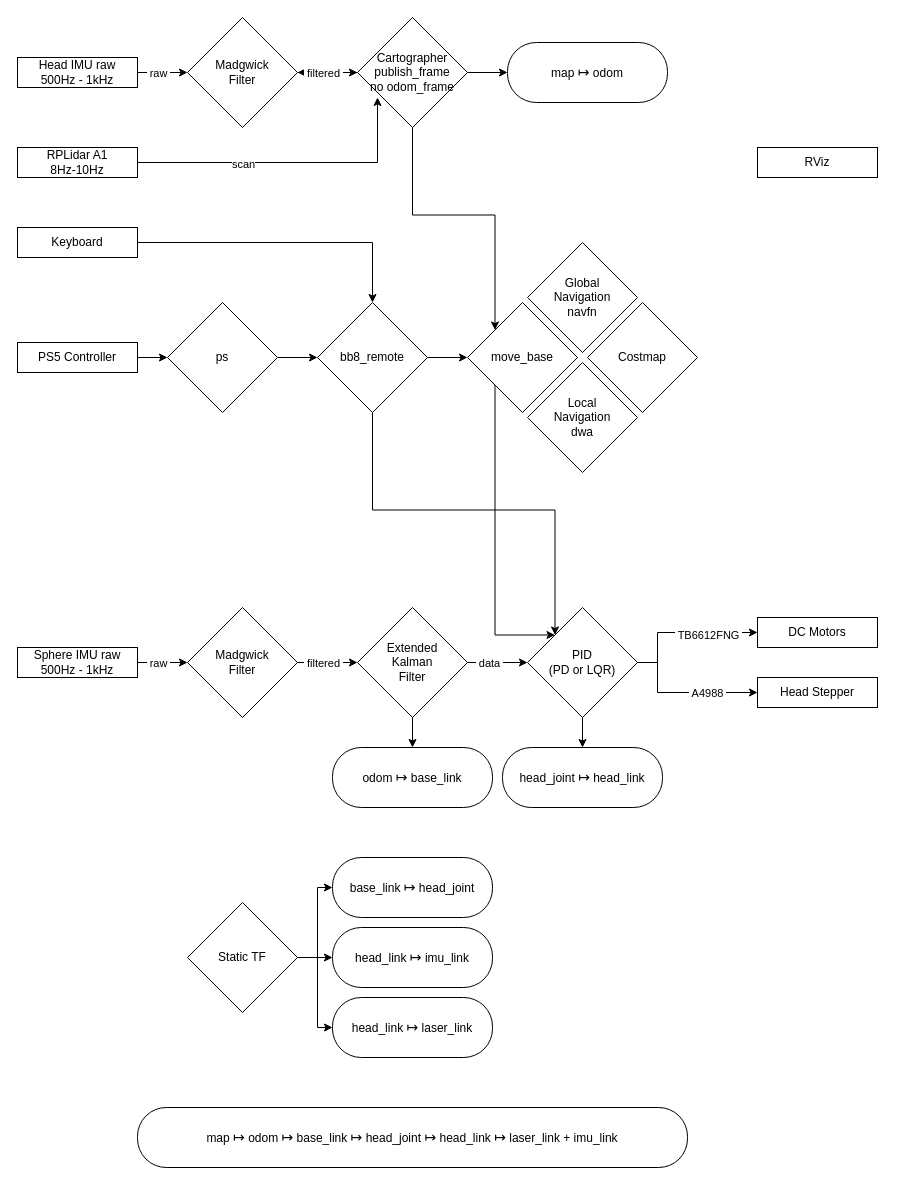
Before: imgs/bb8.drawio in Fritz179/orbit_ws, a draw.io diagram. Source tidied: cells renumbered, new cells numbered last; positions are measured from the earlier drawing's top-left corner, leaving out a move shared by most shapes. Both pictures are drawn from the tidied source at 100%, with x=0, y=0 at pixel (17, 17).
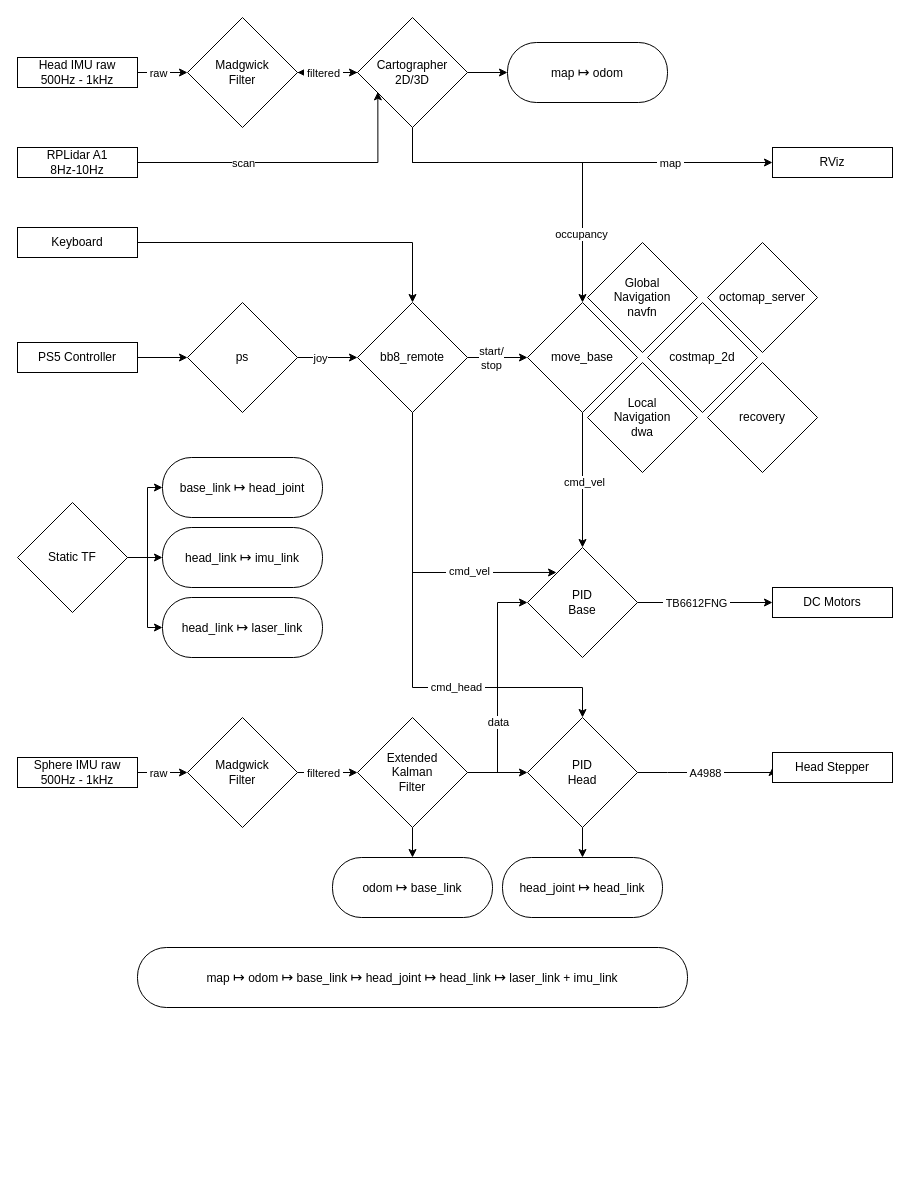
After the change.

Commit message (it also covers changes not shown here):
Data diagram

Unchanged cells that the change refers to:
```xml
<mxCell id="20" value="RPLidar A1&lt;br&gt;8Hz-10Hz" style="rounded=0;whiteSpace=wrap;html=1;" parent="1" vertex="1">
  <mxGeometry y="130" width="120" height="30" as="geometry" />
</mxCell>
<mxCell id="49" style="edgeStyle=orthogonalEdgeStyle;rounded=0;jettySize=auto;html=1;exitX=1;exitY=0.5;exitDx=0;exitDy=0;entryX=0;entryY=0.5;entryDx=0;entryDy=0;" parent="1" edge="1" source="50" target="53">
  <mxGeometry relative="1" as="geometry" />
</mxCell>
<mxCell id="51" style="edgeStyle=orthogonalEdgeStyle;rounded=0;jettySize=auto;html=1;exitX=1;exitY=0.5;exitDx=0;exitDy=0;entryX=0;entryY=0.5;entryDx=0;entryDy=0;" parent="1" edge="1" source="53" target="29">
  <mxGeometry relative="1" as="geometry" />
</mxCell>
```

The edit, as a diff of the source:
```diff
@@
     <mxCell id="4" value="Sphere IMU raw&lt;br&gt;500Hz - 1kHz" style="rounded=0;whiteSpace=wrap;html=1;" parent="1" vertex="1">
-      <mxGeometry y="630" width="120" height="30" as="geometry" />
+      <mxGeometry y="740" width="120" height="30" as="geometry" />
     </mxCell>
@@
     <mxCell id="7" value="Madgwick&lt;br&gt;Filter" style="rhombus;whiteSpace=wrap;html=1;" parent="1" vertex="1">
-      <mxGeometry x="170" y="590" width="110" height="110" as="geometry" />
+      <mxGeometry x="170" y="700" width="110" height="110" as="geometry" />
     </mxCell>
     <mxCell id="8" style="edgeStyle=orthogonalEdgeStyle;rounded=0;jettySize=auto;html=1;exitX=1;exitY=0.5;exitDx=0;exitDy=0;entryX=0;entryY=0.5;entryDx=0;entryDy=0;" parent="1" edge="1" source="11" target="17">
-      <mxGeometry relative="1" as="geometry" />
+      <mxGeometry relative="1" as="geometry">
+        <Array as="points">
+          <mxPoint x="480" y="755" />
+          <mxPoint x="480" y="585" />
+        </Array>
+      </mxGeometry>
     </mxCell>
@@
+    <mxCell id="59" style="edgeStyle=orthogonalEdgeStyle;rounded=0;jettySize=auto;html=1;exitX=1;exitY=0.5;exitDx=0;exitDy=0;entryX=0;entryY=0.5;entryDx=0;entryDy=0;" parent="1" edge="1" source="11" target="70">
+      <mxGeometry relative="1" as="geometry" />
+    </mxCell>
     <mxCell id="11" value="Extended&lt;br&gt;Kalman&lt;br&gt;Filter" style="rhombus;whiteSpace=wrap;html=1;" parent="1" vertex="1">
-      <mxGeometry x="340" y="590" width="110" height="110" as="geometry" />
+      <mxGeometry x="340" y="700" width="110" height="110" as="geometry" />
     </mxCell>
     <mxCell id="12" style="edgeStyle=orthogonalEdgeStyle;rounded=0;jettySize=auto;html=1;exitX=1;exitY=0.5;exitDx=0;exitDy=0;entryX=0;entryY=0.5;entryDx=0;entryDy=0;" parent="1" edge="1" source="17" target="18">
       <mxGeometry relative="1" as="geometry">
         <Array as="points">
-          <mxPoint x="640" y="645" />
-          <mxPoint x="640" y="615" />
+          <mxPoint x="680" y="585" />
+          <mxPoint x="680" y="585" />
         </Array>
       </mxGeometry>
     </mxCell>
     <mxCell id="13" value="&amp;nbsp;TB6612FNG&amp;nbsp;" style="edgeLabel;html=1;align=center;verticalAlign=middle;" parent="12" vertex="1">
-      <mxGeometry x="0.33" y="-2" relative="1" as="geometry" />
+      <mxGeometry x="0.33" y="-2" relative="1" as="geometry">
+        <mxPoint x="-32" y="-2" as="offset" />
+      </mxGeometry>
     </mxCell>
-    <mxCell id="14" style="edgeStyle=orthogonalEdgeStyle;rounded=0;jettySize=auto;html=1;exitX=1;exitY=0.5;exitDx=0;exitDy=0;entryX=0;entryY=0.5;entryDx=0;entryDy=0;" parent="1" edge="1" source="17" target="19">
+    <mxCell id="14" style="edgeStyle=orthogonalEdgeStyle;rounded=0;jettySize=auto;html=1;exitX=1;exitY=0.5;exitDx=0;exitDy=0;entryX=0;entryY=0.5;entryDx=0;entryDy=0;" parent="1" edge="1" source="70" target="19">
       <mxGeometry relative="1" as="geometry">
         <Array as="points">
-          <mxPoint x="640" y="645" />
-          <mxPoint x="640" y="675" />
+          <mxPoint x="650" y="755" />
+          <mxPoint x="650" y="755" />
         </Array>
       </mxGeometry>
     </mxCell>
     <mxCell id="15" value="&amp;nbsp;A4988&amp;nbsp;" style="edgeLabel;html=1;align=center;verticalAlign=middle;" parent="14" vertex="1">
       <mxGeometry x="0.28" y="-1" relative="1" as="geometry">
-        <mxPoint x="3" y="-1" as="offset" />
+        <mxPoint x="-23" y="-1" as="offset" />
       </mxGeometry>
     </mxCell>
-    <mxCell id="16" style="edgeStyle=orthogonalEdgeStyle;rounded=0;jettySize=auto;html=1;exitX=0.5;exitY=1;exitDx=0;exitDy=0;entryX=0.5;entryY=0;entryDx=0;entryDy=0;" parent="1" edge="1" source="17" target="37">
-      <mxGeometry relative="1" as="geometry" />
-    </mxCell>
-    <mxCell id="17" value="PID&lt;br&gt;(PD or LQR)" style="rhombus;whiteSpace=wrap;html=1;" parent="1" vertex="1">
-      <mxGeometry x="510" y="590" width="110" height="110" as="geometry" />
+    <mxCell id="17" value="PID&lt;br&gt;Base" style="rhombus;whiteSpace=wrap;html=1;" parent="1" vertex="1">
+      <mxGeometry x="510" y="530" width="110" height="110" as="geometry" />
     </mxCell>
     <mxCell id="18" value="DC Motors" style="rounded=0;whiteSpace=wrap;html=1;" parent="1" vertex="1">
-      <mxGeometry x="740" y="600" width="120" height="30" as="geometry" />
+      <mxGeometry x="755" y="570" width="120" height="30" as="geometry" />
     </mxCell>
     <mxCell id="19" value="Head Stepper" style="rounded=0;whiteSpace=wrap;html=1;" parent="1" vertex="1">
-      <mxGeometry x="740" y="660" width="120" height="30" as="geometry" />
+      <mxGeometry x="755" y="735" width="120" height="30" as="geometry" />
     </mxCell>
@@
+    <mxCell id="60" style="edgeStyle=orthogonalEdgeStyle;rounded=0;jettySize=auto;html=1;exitX=0.5;exitY=1;exitDx=0;exitDy=0;entryX=0;entryY=0.5;entryDx=0;entryDy=0;" parent="1" edge="1" source="24" target="25">
+      <mxGeometry relative="1" as="geometry" />
+    </mxCell>
+    <mxCell id="61" value="&amp;nbsp;map&amp;nbsp;" style="edgeLabel;html=1;align=center;verticalAlign=middle;" parent="60" vertex="1">
+      <mxGeometry x="0.48" relative="1" as="geometry" />
+    </mxCell>
-    <mxCell id="23" style="edgeStyle=orthogonalEdgeStyle;rounded=0;jettySize=auto;html=1;exitX=0.5;exitY=1;exitDx=0;exitDy=0;entryX=0;entryY=0;entryDx=0;entryDy=0;" parent="1" edge="1" source="24" target="29">
-      <mxGeometry relative="1" as="geometry" />
+    <mxCell id="23" style="edgeStyle=orthogonalEdgeStyle;rounded=0;jettySize=auto;html=1;exitX=0.5;exitY=1;exitDx=0;exitDy=0;entryX=0.5;entryY=0;entryDx=0;entryDy=0;" parent="1" edge="1" source="24" target="29">
+      <mxGeometry relative="1" as="geometry">
+        <Array as="points">
+          <mxPoint x="395" y="145" />
+          <mxPoint x="565" y="145" />
+        </Array>
+      </mxGeometry>
     </mxCell>
+    <mxCell id="62" value="occupancy" style="edgeLabel;html=1;align=center;verticalAlign=middle;" parent="23" vertex="1">
+      <mxGeometry x="0.6" y="-2" relative="1" as="geometry" />
+    </mxCell>
-    <mxCell id="24" value="Cartographer&lt;div&gt;&lt;span style=&quot;background-color: transparent; color: light-dark(rgb(0, 0, 0), rgb(255, 255, 255)); text-align: start;&quot;&gt;publish_frame&lt;br&gt;no odom_frame&lt;/span&gt;&lt;/div&gt;" style="rhombus;whiteSpace=wrap;html=1;" parent="1" vertex="1">
+    <mxCell id="24" value="Cartographer&lt;br&gt;2D/3D" style="rhombus;whiteSpace=wrap;html=1;" parent="1" vertex="1">
       <mxGeometry x="340" width="110" height="110" as="geometry" />
     </mxCell>
     <mxCell id="25" value="RViz" style="rounded=0;whiteSpace=wrap;html=1;" parent="1" vertex="1">
-      <mxGeometry x="740" y="130" width="120" height="30" as="geometry" />
+      <mxGeometry x="755" y="130" width="120" height="30" as="geometry" />
     </mxCell>
     <mxCell id="26" value="Global&lt;br&gt;Navigation&lt;br&gt;navfn" style="rhombus;whiteSpace=wrap;html=1;" parent="1" vertex="1">
-      <mxGeometry x="510" y="225" width="110" height="110" as="geometry" />
+      <mxGeometry x="570" y="225" width="110" height="110" as="geometry" />
     </mxCell>
     <mxCell id="27" value="Local&lt;br&gt;Navigation&lt;br&gt;dwa" style="rhombus;whiteSpace=wrap;html=1;" parent="1" vertex="1">
-      <mxGeometry x="510" y="345" width="110" height="110" as="geometry" />
+      <mxGeometry x="570" y="345" width="110" height="110" as="geometry" />
     </mxCell>
-    <mxCell id="28" style="edgeStyle=orthogonalEdgeStyle;rounded=0;jettySize=auto;html=1;exitX=0;exitY=1;exitDx=0;exitDy=0;entryX=0;entryY=0;entryDx=0;entryDy=0;" parent="1" edge="1" source="29" target="17">
-      <mxGeometry relative="1" as="geometry">
-        <Array as="points">
-          <mxPoint x="478" y="617" />
-        </Array>
-      </mxGeometry>
+    <mxCell id="28" style="edgeStyle=orthogonalEdgeStyle;rounded=0;jettySize=auto;html=1;exitX=0.5;exitY=1;exitDx=0;exitDy=0;entryX=0.5;entryY=0;entryDx=0;entryDy=0;" parent="1" edge="1" source="29" target="17">
+      <mxGeometry relative="1" as="geometry" />
     </mxCell>
+    <mxCell id="63" value="cmd_vel" style="edgeLabel;html=1;align=center;verticalAlign=middle;" parent="28" vertex="1">
+      <mxGeometry x="0.02" y="1" relative="1" as="geometry" />
+    </mxCell>
     <mxCell id="29" value="move_base" style="rhombus;whiteSpace=wrap;html=1;" parent="1" vertex="1">
-      <mxGeometry x="450" y="285" width="110" height="110" as="geometry" />
+      <mxGeometry x="510" y="285" width="110" height="110" as="geometry" />
     </mxCell>
@@
     <mxCell id="36" value="map&amp;nbsp;&lt;span style=&quot;font-size: 14px;&quot;&gt;↦&lt;/span&gt;&amp;nbsp;odom&amp;nbsp;&lt;span style=&quot;font-size: 14px;&quot;&gt;↦&lt;/span&gt;&amp;nbsp;base_link&amp;nbsp;&lt;span style=&quot;font-size: 14px;&quot;&gt;↦&lt;/span&gt;&amp;nbsp;head_joint&amp;nbsp;&lt;span style=&quot;font-size: 14px;&quot;&gt;↦&lt;/span&gt;&amp;nbsp;head_link&amp;nbsp;&lt;span style=&quot;font-size: 14px;&quot;&gt;↦&lt;/span&gt;&amp;nbsp;laser_link + imu_link" style="rounded=1;whiteSpace=wrap;html=1;glass=0;shadow=0;arcSize=48;imageWidth=24;" parent="1" vertex="1">
-      <mxGeometry x="120" y="1090" width="550" height="60" as="geometry" />
+      <mxGeometry x="120" y="930" width="550" height="60" as="geometry" />
     </mxCell>
     <mxCell id="37" value="head_joint&amp;nbsp;&lt;span style=&quot;font-size: 14px;&quot;&gt;↦&lt;/span&gt;&amp;nbsp;head_link" style="rounded=1;whiteSpace=wrap;html=1;glass=0;shadow=0;arcSize=48;imageWidth=24;" parent="1" vertex="1">
-      <mxGeometry x="485" y="730" width="160" height="60" as="geometry" />
+      <mxGeometry x="485" y="840" width="160" height="60" as="geometry" />
     </mxCell>
     <mxCell id="38" value="odom&amp;nbsp;&lt;font style=&quot;font-size: 14px;&quot;&gt;↦&lt;/font&gt;&amp;nbsp;base_link" style="rounded=1;whiteSpace=wrap;html=1;glass=0;shadow=0;arcSize=48;imageWidth=24;" parent="1" vertex="1">
-      <mxGeometry x="315" y="730" width="160" height="60" as="geometry" />
+      <mxGeometry x="315" y="840" width="160" height="60" as="geometry" />
     </mxCell>
     <mxCell id="39" value="head_link&amp;nbsp;&lt;span style=&quot;font-size: 14px;&quot;&gt;↦&lt;/span&gt;&amp;nbsp;imu_link" style="rounded=1;whiteSpace=wrap;html=1;glass=0;shadow=0;arcSize=48;imageWidth=24;" parent="1" vertex="1">
-      <mxGeometry x="315" y="910" width="160" height="60" as="geometry" />
+      <mxGeometry x="145" y="510" width="160" height="60" as="geometry" />
     </mxCell>
     <mxCell id="40" value="base_link&amp;nbsp;&lt;span style=&quot;font-size: 14px;&quot;&gt;↦&lt;/span&gt;&amp;nbsp;head_joint" style="rounded=1;whiteSpace=wrap;html=1;glass=0;shadow=0;arcSize=48;imageWidth=24;" parent="1" vertex="1">
-      <mxGeometry x="315" y="840" width="160" height="60" as="geometry" />
+      <mxGeometry x="145" y="440" width="160" height="60" as="geometry" />
     </mxCell>
@@
     <mxCell id="42" value="head_link&amp;nbsp;&lt;span style=&quot;font-size: 14px;&quot;&gt;↦&lt;/span&gt;&amp;nbsp;laser_link" style="rounded=1;whiteSpace=wrap;html=1;glass=0;shadow=0;arcSize=48;imageWidth=24;" parent="1" vertex="1">
-      <mxGeometry x="315" y="980" width="160" height="60" as="geometry" />
+      <mxGeometry x="145" y="580" width="160" height="60" as="geometry" />
     </mxCell>
-    <mxCell id="43" style="edgeStyle=orthogonalEdgeStyle;rounded=0;jettySize=auto;html=1;exitX=1;exitY=0.5;exitDx=0;exitDy=0;entryX=0.182;entryY=0.727;entryDx=0;entryDy=0;entryPerimeter=0;" parent="1" edge="1" source="20" target="24">
+    <mxCell id="43" style="edgeStyle=orthogonalEdgeStyle;rounded=0;jettySize=auto;html=1;exitX=1;exitY=0.5;exitDx=0;exitDy=0;entryX=0.185;entryY=0.676;entryDx=0;entryDy=0;entryPerimeter=0;" parent="1" edge="1" source="20" target="24">
       <mxGeometry relative="1" as="geometry" />
     </mxCell>
     <mxCell id="44" value="scan" style="edgeLabel;html=1;align=center;verticalAlign=middle;" parent="43" vertex="1">
-      <mxGeometry x="-0.31" y="-1" relative="1" as="geometry" />
+      <mxGeometry x="-0.31" y="-1" relative="1" as="geometry">
+        <mxPoint x="-2" y="-1" as="offset" />
+      </mxGeometry>
     </mxCell>
@@
+    <mxCell id="64" value="joy" style="edgeLabel;html=1;align=center;verticalAlign=middle;" parent="49" vertex="1">
+      <mxGeometry x="-0.27" relative="1" as="geometry" />
+    </mxCell>
     <mxCell id="50" value="ps" style="rhombus;whiteSpace=wrap;html=1;" parent="1" vertex="1">
-      <mxGeometry x="150" y="285" width="110" height="110" as="geometry" />
+      <mxGeometry x="170" y="285" width="110" height="110" as="geometry" />
     </mxCell>
@@
+    <mxCell id="65" value="start/&lt;br&gt;stop" style="edgeLabel;html=1;align=center;verticalAlign=middle;" parent="51" vertex="1">
+      <mxGeometry x="-0.24" relative="1" as="geometry" />
+    </mxCell>
-    <mxCell id="52" style="edgeStyle=orthogonalEdgeStyle;rounded=0;jettySize=auto;html=1;exitX=0.5;exitY=1;exitDx=0;exitDy=0;entryX=0;entryY=0;entryDx=0;entryDy=0;" parent="1" edge="1" source="53" target="17">
-      <mxGeometry relative="1" as="geometry" />
+    <mxCell id="52" style="edgeStyle=orthogonalEdgeStyle;rounded=0;jettySize=auto;html=1;exitX=0.5;exitY=1;exitDx=0;exitDy=0;entryX=0.264;entryY=0.227;entryDx=0;entryDy=0;entryPerimeter=0;" parent="1" edge="1" source="53" target="17">
+      <mxGeometry relative="1" as="geometry">
+        <Array as="points">
+          <mxPoint x="395" y="555" />
+        </Array>
+      </mxGeometry>
     </mxCell>
+    <mxCell id="66" value="&amp;nbsp;cmd_vel&amp;nbsp;" style="edgeLabel;html=1;align=center;verticalAlign=middle;" parent="52" vertex="1">
+      <mxGeometry x="0.43" y="1" relative="1" as="geometry" />
+    </mxCell>
+    <mxCell id="67" style="edgeStyle=orthogonalEdgeStyle;rounded=0;jettySize=auto;html=1;exitX=0.5;exitY=1;exitDx=0;exitDy=0;" parent="1" edge="1" source="53" target="70">
+      <mxGeometry relative="1" as="geometry">
+        <Array as="points">
+          <mxPoint x="395" y="670" />
+          <mxPoint x="565" y="670" />
+        </Array>
+      </mxGeometry>
+    </mxCell>
+    <mxCell id="68" value="&amp;nbsp;cmd_head&amp;nbsp;" style="edgeLabel;html=1;align=center;verticalAlign=middle;" parent="67" vertex="1">
+      <mxGeometry x="0.34" y="1" relative="1" as="geometry" />
+    </mxCell>
     <mxCell id="53" value="bb8_remote" style="rhombus;whiteSpace=wrap;html=1;" parent="1" vertex="1">
-      <mxGeometry x="300" y="285" width="110" height="110" as="geometry" />
+      <mxGeometry x="340" y="285" width="110" height="110" as="geometry" />
     </mxCell>
@@
     <mxCell id="57" value="Static TF" style="rhombus;whiteSpace=wrap;html=1;" parent="1" vertex="1">
-      <mxGeometry x="170" y="885" width="110" height="110" as="geometry" />
+      <mxGeometry y="485" width="110" height="110" as="geometry" />
     </mxCell>
-    <mxCell id="58" value="Costmap" style="rhombus;whiteSpace=wrap;html=1;" parent="1" vertex="1">
-      <mxGeometry x="570" y="285" width="110" height="110" as="geometry" />
+    <mxCell id="58" value="costmap_2d" style="rhombus;whiteSpace=wrap;html=1;" parent="1" vertex="1">
+      <mxGeometry x="630" y="285" width="110" height="110" as="geometry" />
     </mxCell>
+    <mxCell id="69" style="edgeStyle=orthogonalEdgeStyle;rounded=0;jettySize=auto;html=1;exitX=0.5;exitY=1;exitDx=0;exitDy=0;entryX=0.5;entryY=0;entryDx=0;entryDy=0;" parent="1" edge="1" source="70" target="37">
+      <mxGeometry relative="1" as="geometry" />
+    </mxCell>
+    <mxCell id="70" value="PID&lt;br&gt;Head" style="rhombus;whiteSpace=wrap;html=1;" parent="1" vertex="1">
+      <mxGeometry x="510" y="700" width="110" height="110" as="geometry" />
+    </mxCell>
+    <mxCell id="71" value="octomap_server" style="rhombus;whiteSpace=wrap;html=1;" parent="1" vertex="1">
+      <mxGeometry x="690" y="225" width="110" height="110" as="geometry" />
+    </mxCell>
+    <mxCell id="72" value="recovery" style="rhombus;whiteSpace=wrap;html=1;" parent="1" vertex="1">
+      <mxGeometry x="690" y="345" width="110" height="110" as="geometry" />
+    </mxCell>
```
